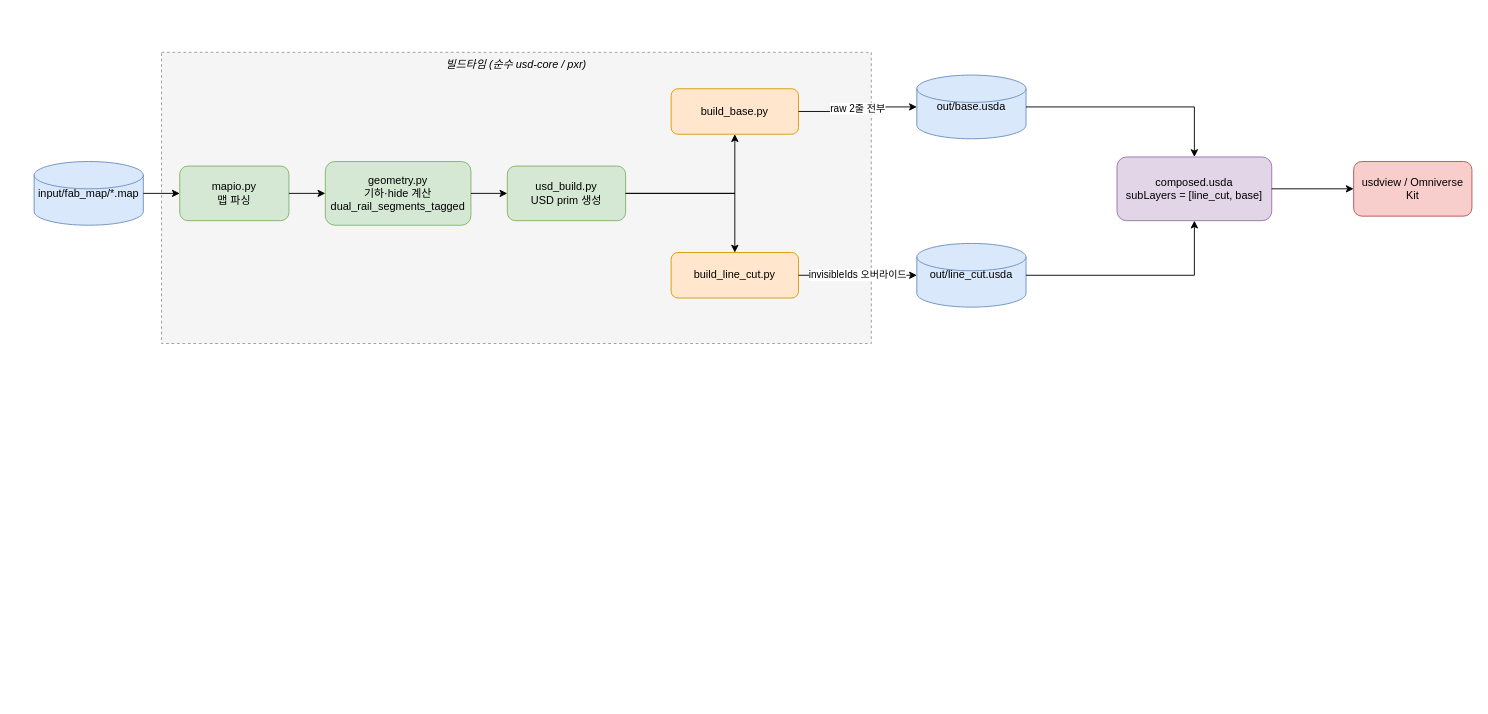
Earlier version of the draw.io diagram docs/diagram-bakeoff/converter-pipeline.drawio (hwoarang09/vps_omniverse). Source tidied: cells renumbered, new cells numbered last; positions are measured from the earlier drawing's top-left corner, leaving out a move shared by most shapes. Both pictures are drawn from the tidied source at 91%, with x=0, y=0 at pixel (34, 52).
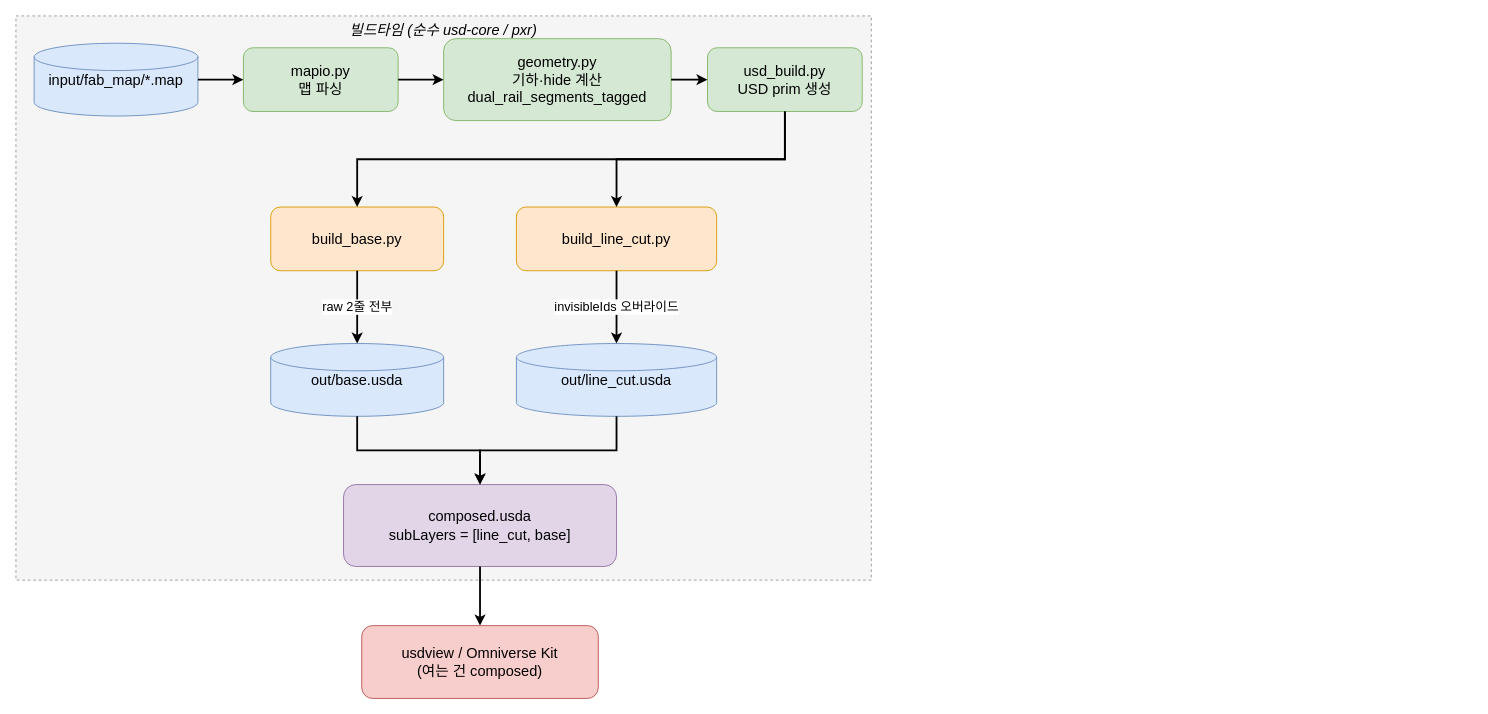
Above is the later version.

Commit message (it also covers changes not shown here):
docs(diagram): converter-pipeline 레이아웃 세로형 재배치 + 폰트 16px 키움

Diff of the diagram source:
```diff
@@
-    <mxCell id="2" value="빌드타임 (순수 usd-core / pxr)" style="rounded=0;whiteSpace=wrap;html=1;fillColor=#f5f5f5;strokeColor=#999999;verticalAlign=top;fontStyle=2;dashed=1;" parent="1" vertex="1">
-      <mxGeometry x="140" width="780" height="320" as="geometry" />
+    <mxCell id="2" value="빌드타임 (순수 usd-core / pxr)" style="rounded=0;whiteSpace=wrap;html=1;fillColor=#f5f5f5;strokeColor=#999999;verticalAlign=top;fontStyle=2;dashed=1;fontSize=16;" parent="1" vertex="1">
+      <mxGeometry x="-20" y="-40" width="940" height="620" as="geometry" />
     </mxCell>
-    <mxCell id="3" value="input/fab_map/*.map" style="shape=cylinder3;whiteSpace=wrap;html=1;fillColor=#dae8fc;strokeColor=#6c8ebf;" parent="1" vertex="1">
-      <mxGeometry y="120" width="120" height="70" as="geometry" />
+    <mxCell id="3" value="input/fab_map/*.map" style="shape=cylinder3;whiteSpace=wrap;html=1;fillColor=#dae8fc;strokeColor=#6c8ebf;fontSize=16;" parent="1" vertex="1">
+      <mxGeometry y="-10" width="180" height="80" as="geometry" />
     </mxCell>
-    <mxCell id="4" value="mapio.py&#10;맵 파싱" style="rounded=1;whiteSpace=wrap;html=1;fillColor=#d5e8d4;strokeColor=#82b366;" parent="1" vertex="1">
-      <mxGeometry x="160" y="125" width="120" height="60" as="geometry" />
+    <mxCell id="4" value="mapio.py&#10;맵 파싱" style="rounded=1;whiteSpace=wrap;html=1;fillColor=#d5e8d4;strokeColor=#82b366;fontSize=16;" parent="1" vertex="1">
+      <mxGeometry x="230" y="-5" width="170" height="70" as="geometry" />
     </mxCell>
-    <mxCell id="5" value="geometry.py&#10;기하·hide 계산&#10;dual_rail_segments_tagged" style="rounded=1;whiteSpace=wrap;html=1;fillColor=#d5e8d4;strokeColor=#82b366;" parent="1" vertex="1">
-      <mxGeometry x="320" y="120" width="160" height="70" as="geometry" />
+    <mxCell id="5" value="geometry.py&#10;기하·hide 계산&#10;dual_rail_segments_tagged" style="rounded=1;whiteSpace=wrap;html=1;fillColor=#d5e8d4;strokeColor=#82b366;fontSize=16;" parent="1" vertex="1">
+      <mxGeometry x="450" y="-15" width="250" height="90" as="geometry" />
     </mxCell>
-    <mxCell id="6" value="usd_build.py&#10;USD prim 생성" style="rounded=1;whiteSpace=wrap;html=1;fillColor=#d5e8d4;strokeColor=#82b366;" parent="1" vertex="1">
-      <mxGeometry x="520" y="125" width="130" height="60" as="geometry" />
+    <mxCell id="6" value="usd_build.py&#10;USD prim 생성" style="rounded=1;whiteSpace=wrap;html=1;fillColor=#d5e8d4;strokeColor=#82b366;fontSize=16;" parent="1" vertex="1">
+      <mxGeometry x="740" y="-5" width="170" height="70" as="geometry" />
     </mxCell>
-    <mxCell id="7" value="build_base.py" style="rounded=1;whiteSpace=wrap;html=1;fillColor=#ffe6cc;strokeColor=#d79b00;" parent="1" vertex="1">
-      <mxGeometry x="700" y="40" width="140" height="50" as="geometry" />
+    <mxCell id="7" value="build_base.py" style="rounded=1;whiteSpace=wrap;html=1;fillColor=#ffe6cc;strokeColor=#d79b00;fontSize=16;" parent="1" vertex="1">
+      <mxGeometry x="260" y="170" width="190" height="70" as="geometry" />
     </mxCell>
-    <mxCell id="8" value="build_line_cut.py" style="rounded=1;whiteSpace=wrap;html=1;fillColor=#ffe6cc;strokeColor=#d79b00;" parent="1" vertex="1">
-      <mxGeometry x="700" y="220" width="140" height="50" as="geometry" />
+    <mxCell id="8" value="build_line_cut.py" style="rounded=1;whiteSpace=wrap;html=1;fillColor=#ffe6cc;strokeColor=#d79b00;fontSize=16;" parent="1" vertex="1">
+      <mxGeometry x="530" y="170" width="220" height="70" as="geometry" />
     </mxCell>
-    <mxCell id="9" value="out/base.usda" style="shape=cylinder3;whiteSpace=wrap;html=1;fillColor=#dae8fc;strokeColor=#6c8ebf;" parent="1" vertex="1">
-      <mxGeometry x="970" y="25" width="120" height="70" as="geometry" />
+    <mxCell id="9" value="out/base.usda" style="shape=cylinder3;whiteSpace=wrap;html=1;fillColor=#dae8fc;strokeColor=#6c8ebf;fontSize=16;" parent="1" vertex="1">
+      <mxGeometry x="260" y="320" width="190" height="80" as="geometry" />
     </mxCell>
-    <mxCell id="10" value="out/line_cut.usda" style="shape=cylinder3;whiteSpace=wrap;html=1;fillColor=#dae8fc;strokeColor=#6c8ebf;" parent="1" vertex="1">
-      <mxGeometry x="970" y="210" width="120" height="70" as="geometry" />
+    <mxCell id="10" value="out/line_cut.usda" style="shape=cylinder3;whiteSpace=wrap;html=1;fillColor=#dae8fc;strokeColor=#6c8ebf;fontSize=16;" parent="1" vertex="1">
+      <mxGeometry x="530" y="320" width="220" height="80" as="geometry" />
     </mxCell>
-    <mxCell id="11" value="composed.usda&#10;subLayers = [line_cut, base]" style="rounded=1;whiteSpace=wrap;html=1;fillColor=#e1d5e7;strokeColor=#9673a6;" parent="1" vertex="1">
-      <mxGeometry x="1190" y="115" width="170" height="70" as="geometry" />
+    <mxCell id="11" value="composed.usda&#10;subLayers = [line_cut, base]" style="rounded=1;whiteSpace=wrap;html=1;fillColor=#e1d5e7;strokeColor=#9673a6;fontSize=16;" parent="1" vertex="1">
+      <mxGeometry x="340" y="475" width="300" height="90" as="geometry" />
     </mxCell>
-    <mxCell id="12" value="usdview / Omniverse Kit" style="rounded=1;whiteSpace=wrap;html=1;fillColor=#f8cecc;strokeColor=#b85450;" parent="1" vertex="1">
-      <mxGeometry x="1450" y="120" width="130" height="60" as="geometry" />
+    <mxCell id="12" value="usdview / Omniverse Kit&#10;(여는 건 composed)" style="rounded=1;whiteSpace=wrap;html=1;fillColor=#f8cecc;strokeColor=#b85450;fontSize=16;" parent="1" vertex="1">
+      <mxGeometry x="360" y="630" width="260" height="80" as="geometry" />
     </mxCell>
-    <mxCell id="13" style="edgeStyle=orthogonalEdgeStyle;rounded=0;html=1;" parent="1" edge="1" source="3" target="4">
+    <mxCell id="13" style="edgeStyle=orthogonalEdgeStyle;rounded=0;html=1;strokeWidth=2;" parent="1" edge="1" source="3" target="4">
       <mxGeometry relative="1" as="geometry" />
     </mxCell>
-    <mxCell id="14" style="edgeStyle=orthogonalEdgeStyle;rounded=0;html=1;" parent="1" edge="1" source="4" target="5">
+    <mxCell id="14" style="edgeStyle=orthogonalEdgeStyle;rounded=0;html=1;strokeWidth=2;" parent="1" edge="1" source="4" target="5">
       <mxGeometry relative="1" as="geometry" />
     </mxCell>
-    <mxCell id="15" style="edgeStyle=orthogonalEdgeStyle;rounded=0;html=1;" parent="1" edge="1" source="5" target="6">
+    <mxCell id="15" style="edgeStyle=orthogonalEdgeStyle;rounded=0;html=1;strokeWidth=2;" parent="1" edge="1" source="5" target="6">
       <mxGeometry relative="1" as="geometry" />
     </mxCell>
-    <mxCell id="16" style="edgeStyle=orthogonalEdgeStyle;rounded=0;html=1;" parent="1" edge="1" source="6" target="7">
+    <mxCell id="16" style="edgeStyle=orthogonalEdgeStyle;rounded=0;html=1;strokeWidth=2;exitX=0.5;exitY=1;exitDx=0;exitDy=0;entryX=0.5;entryY=0;entryDx=0;entryDy=0;" parent="1" edge="1" source="6" target="7">
       <mxGeometry relative="1" as="geometry" />
     </mxCell>
-    <mxCell id="17" style="edgeStyle=orthogonalEdgeStyle;rounded=0;html=1;" parent="1" edge="1" source="6" target="8">
+    <mxCell id="17" style="edgeStyle=orthogonalEdgeStyle;rounded=0;html=1;strokeWidth=2;exitX=0.5;exitY=1;exitDx=0;exitDy=0;entryX=0.5;entryY=0;entryDx=0;entryDy=0;" parent="1" edge="1" source="6" target="8">
       <mxGeometry relative="1" as="geometry" />
     </mxCell>
-    <mxCell id="18" value="raw 2줄 전부" style="edgeStyle=orthogonalEdgeStyle;rounded=0;html=1;" parent="1" edge="1" source="7" target="9">
+    <mxCell id="18" value="raw 2줄 전부" style="edgeStyle=orthogonalEdgeStyle;rounded=0;html=1;strokeWidth=2;fontSize=14;" parent="1" edge="1" source="7" target="9">
       <mxGeometry relative="1" as="geometry" />
     </mxCell>
-    <mxCell id="19" value="invisibleIds 오버라이드" style="edgeStyle=orthogonalEdgeStyle;rounded=0;html=1;" parent="1" edge="1" source="8" target="10">
+    <mxCell id="19" value="invisibleIds 오버라이드" style="edgeStyle=orthogonalEdgeStyle;rounded=0;html=1;strokeWidth=2;fontSize=14;" parent="1" edge="1" source="8" target="10">
       <mxGeometry relative="1" as="geometry" />
     </mxCell>
-    <mxCell id="20" style="edgeStyle=orthogonalEdgeStyle;rounded=0;html=1;" parent="1" edge="1" source="9" target="11">
+    <mxCell id="20" style="edgeStyle=orthogonalEdgeStyle;rounded=0;html=1;strokeWidth=2;" parent="1" edge="1" source="9" target="11">
       <mxGeometry relative="1" as="geometry" />
     </mxCell>
-    <mxCell id="21" style="edgeStyle=orthogonalEdgeStyle;rounded=0;html=1;" parent="1" edge="1" source="10" target="11">
+    <mxCell id="21" style="edgeStyle=orthogonalEdgeStyle;rounded=0;html=1;strokeWidth=2;" parent="1" edge="1" source="10" target="11">
       <mxGeometry relative="1" as="geometry" />
     </mxCell>
-    <mxCell id="22" style="edgeStyle=orthogonalEdgeStyle;rounded=0;html=1;" parent="1" edge="1" source="11" target="12">
+    <mxCell id="22" style="edgeStyle=orthogonalEdgeStyle;rounded=0;html=1;strokeWidth=2;" parent="1" edge="1" source="11" target="12">
       <mxGeometry relative="1" as="geometry" />
     </mxCell>
```
